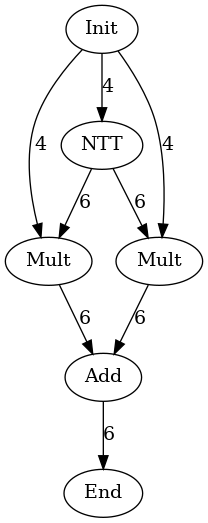
This is data/graph_poly.dot.png from hal-lab-u-tokyo/PolyFHE, a Graphviz export, as it was before one commit. Its source is kept beside it as data/graph_poly.dot.
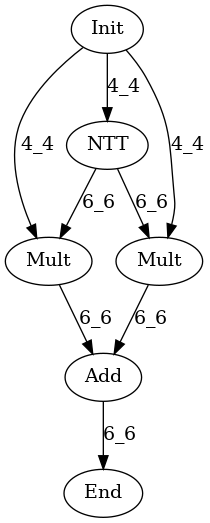
The same diagram one commit later.

Diff of the diagram source:
```diff
@@ -5,12 +5,12 @@
 Mult0[label="Mult"];
 Mult1[label="Mult"];
 Add[label="Add"];
-Init -> NTT[label="4"];
-Init -> Mult0[label="4"];
-Init -> Mult1[label="4"];
-NTT -> Mult0[label="6"];
-NTT -> Mult1[label="6"];
-Mult0 -> Add[label="6"];
-Mult1 -> Add[label="6"];
-Add -> End[label="6"];
+Init -> NTT[label="0_4"];
+Init -> Mult0[label="0_4"];
+Init -> Mult1[label="0_4"];
+NTT -> Mult0[label="0_6"];
+NTT -> Mult1[label="0_6"];
+Mult0 -> Add[label="0_6"];
+Mult1 -> Add[label="0_6"];
+Add -> End[label="0_6"];
 }
```
